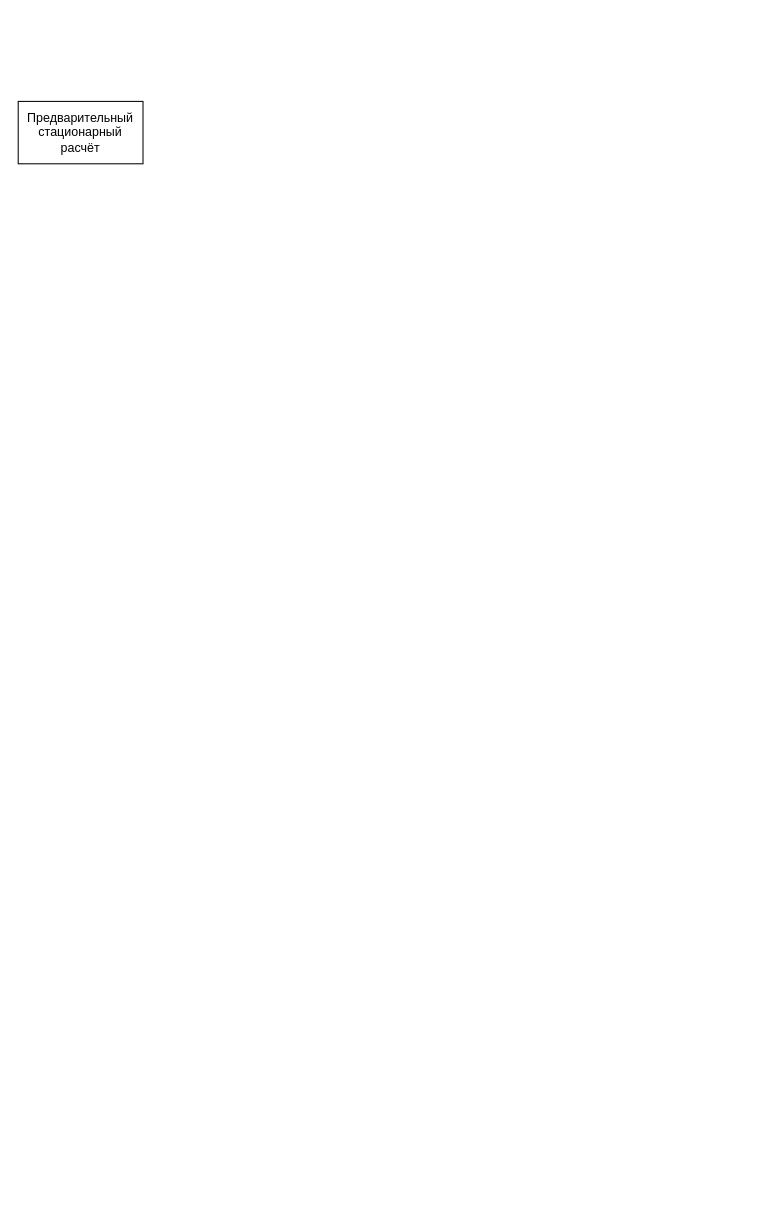
Before: Flow chart.drawio in babinkin/Unsteady-Flow-in-Tube-with-Obstacle, a draw.io diagram. Source tidied: cells renumbered, new cells numbered last; positions are measured from the earlier drawing's top-left corner, leaving out a move shared by most shapes. Both pictures are drawn from the tidied source at 104%, with x=0, y=0 at pixel (18, 101).
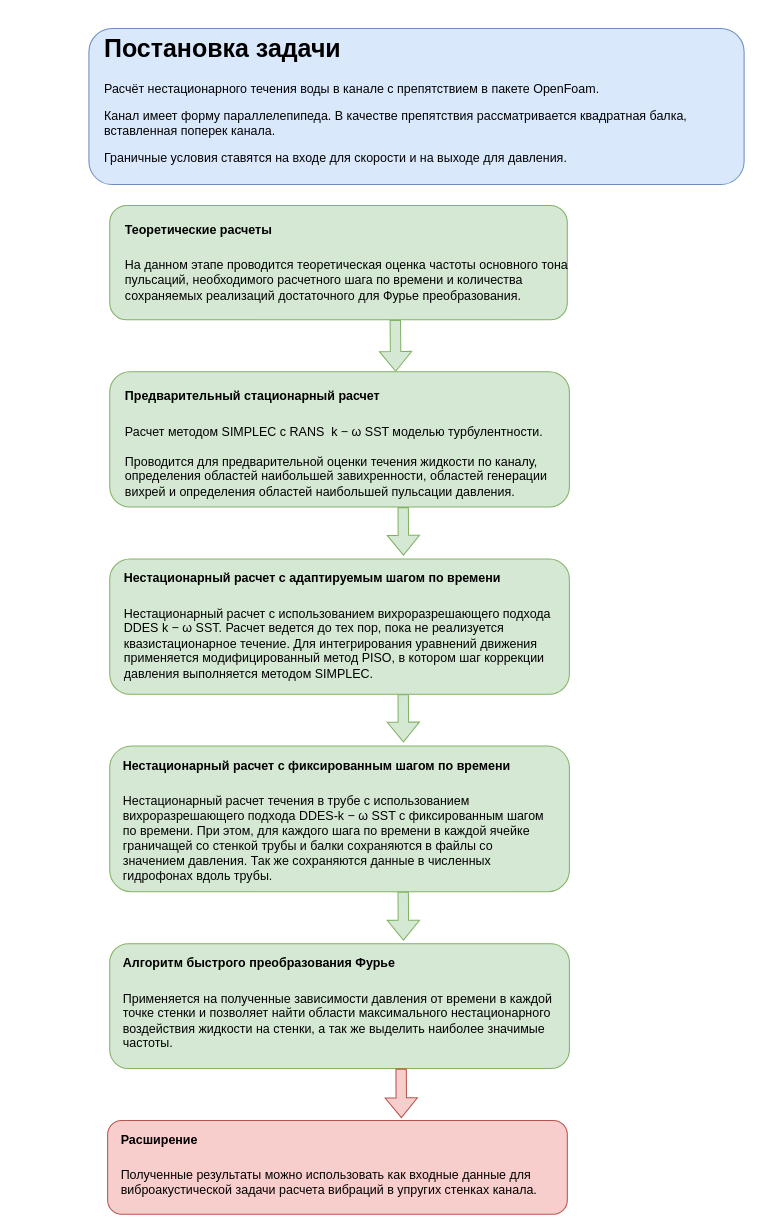
The same diagram, later.

What changed in the source:
```diff
@@
-    <mxCell id="2" value="Предварительный стационарный расчёт" style="rounded=0;whiteSpace=wrap;html=1;" parent="1" vertex="1">
-      <mxGeometry width="120" height="60" as="geometry" />
-    </mxCell>
+    <mxCell id="3" value="&lt;div&gt;&lt;br&gt;&lt;/div&gt;" style="rounded=1;whiteSpace=wrap;html=1;fillColor=#dae8fc;strokeColor=#6c8ebf;align=center;labelPosition=center;verticalLabelPosition=middle;verticalAlign=middle;" parent="1" vertex="1">
+      <mxGeometry x="68" y="-70" width="630" height="150" as="geometry" />
+    </mxCell>
+    <mxCell id="4" value="&lt;h1&gt;Постановка задачи&lt;/h1&gt;&lt;p&gt;Расчёт нестационарного течения воды в канале с препятствием в пакете OpenFoam.&lt;/p&gt;&lt;p&gt;Канал имеет форму&amp;nbsp;параллелепипеда. В качестве препятствия рассматривается квадратная балка, вставленная поперек канала.&lt;/p&gt;&lt;p&gt;Граничные условия ставятся на входе для скорости и на выходе для давления.&lt;/p&gt;&lt;p&gt;&lt;br&gt;&lt;/p&gt;" style="text;html=1;strokeColor=none;fillColor=none;spacing=5;spacingTop=-20;whiteSpace=wrap;overflow=hidden;rounded=0;" parent="1" vertex="1">
+      <mxGeometry x="78" y="-70" width="590" height="220" as="geometry" />
+    </mxCell>
+    <mxCell id="5" style="rounded=1;whiteSpace=wrap;html=1;fillColor=#d5e8d4;strokeColor=#82b366;" parent="1" vertex="1">
+      <mxGeometry x="88" y="100" width="440" height="110" as="geometry" />
+    </mxCell>
+    <mxCell id="6" value="&lt;h1&gt;&lt;span style=&quot;font-size: 12px&quot;&gt;Теоретические расчеты&lt;/span&gt;&lt;/h1&gt;&lt;p&gt;&lt;font style=&quot;font-size: 12px&quot;&gt;На данном этапе проводится т&lt;/font&gt;&lt;span&gt;еоретическая оценка частоты основного тона пульсаций, необхо&lt;/span&gt;&lt;span&gt;димого расчетного шага по времени и количества сохраняемых реализаций&lt;/span&gt;&lt;span&gt;&amp;nbsp;достаточного для Фурье преобразования.&lt;/span&gt;&lt;/p&gt;" style="text;html=1;strokeColor=none;fillColor=none;spacing=5;spacingTop=-20;whiteSpace=wrap;overflow=hidden;rounded=0;" parent="1" vertex="1">
+      <mxGeometry x="98" y="100" width="440" height="140" as="geometry" />
+    </mxCell>
+    <mxCell id="7" style="shape=flexArrow;endArrow=classic;html=1;rounded=0;fontSize=12;fillColor=#d5e8d4;strokeColor=#82b366;" parent="1" edge="1">
+      <mxGeometry relative="1" as="geometry">
+        <mxPoint x="362.6" y="210" as="sourcePoint" />
+        <mxPoint x="363" y="260" as="targetPoint" />
+      </mxGeometry>
+    </mxCell>
+    <mxCell id="8" style="rounded=1;whiteSpace=wrap;html=1;fontSize=12;fillColor=#d5e8d4;strokeColor=#82b366;" parent="1" vertex="1">
+      <mxGeometry x="88" y="260" width="442" height="130" as="geometry" />
+    </mxCell>
+    <mxCell id="9" value="&lt;h1&gt;&lt;span style=&quot;font-size: 12px&quot;&gt;Предварительный стационарный расчет&lt;/span&gt;&lt;/h1&gt;&lt;div&gt;Расчет методом SIMPLEС с RANS&amp;nbsp; k − ω SST моделью турбулентности.&amp;nbsp;&lt;/div&gt;&lt;div&gt;&lt;br&gt;&lt;/div&gt;&lt;div&gt;Проводится для предварительной оценки течения жидкости по каналу, определения областей наибольшей завихренности, областей генерации вихрей и определения областей наибольшей пульсации давления.&lt;/div&gt;" style="text;html=1;strokeColor=none;fillColor=none;spacing=5;spacingTop=-20;whiteSpace=wrap;overflow=hidden;rounded=0;" parent="1" vertex="1">
+      <mxGeometry x="98" y="260" width="422" height="140" as="geometry" />
+    </mxCell>
+    <mxCell id="10" style="rounded=1;whiteSpace=wrap;html=1;fontSize=12;fillColor=#d5e8d4;strokeColor=#82b366;" parent="1" vertex="1">
+      <mxGeometry x="88" y="440" width="442" height="130" as="geometry" />
+    </mxCell>
+    <mxCell id="11" style="shape=flexArrow;endArrow=classic;html=1;rounded=0;fontSize=12;exitX=0.645;exitY=0.929;exitDx=0;exitDy=0;exitPerimeter=0;entryX=0.639;entryY=-0.025;entryDx=0;entryDy=0;entryPerimeter=0;fillColor=#d5e8d4;strokeColor=#82b366;" parent="1" edge="1" source="9" target="10">
+      <mxGeometry relative="1" as="geometry" />
+    </mxCell>
+    <mxCell id="12" value="&lt;h1&gt;&lt;span style=&quot;font-size: 12px&quot;&gt;Нестационарный расчет с адаптируемым шагом по времени&lt;/span&gt;&lt;/h1&gt;&lt;div&gt;Нестационарный расчет с использованием вихроразрешающего подхода DDES k − ω SST. Расчет ведется до тех пор, пока не реализуется квазистационарное течение. Для интегрирования уравнений движения применяется модифицированный метод PISO, в котором шаг коррекции давления выполняется методом SIMPLEC.&lt;br&gt;&lt;/div&gt;" style="text;html=1;strokeColor=none;fillColor=none;spacing=5;spacingTop=-20;whiteSpace=wrap;overflow=hidden;rounded=0;" parent="1" vertex="1">
+      <mxGeometry x="97" y="435" width="423" height="140" as="geometry" />
+    </mxCell>
+    <mxCell id="13" style="rounded=1;whiteSpace=wrap;html=1;fontSize=12;fillColor=#d5e8d4;strokeColor=#82b366;" parent="1" vertex="1">
+      <mxGeometry x="88" y="619.9" width="442" height="140.1" as="geometry" />
+    </mxCell>
+    <mxCell id="14" style="shape=flexArrow;endArrow=classic;html=1;rounded=0;fontSize=12;exitX=0.645;exitY=0.929;exitDx=0;exitDy=0;exitPerimeter=0;entryX=0.639;entryY=-0.025;entryDx=0;entryDy=0;entryPerimeter=0;fillColor=#d5e8d4;strokeColor=#82b366;" parent="1" edge="1" target="13">
+      <mxGeometry relative="1" as="geometry">
+        <mxPoint x="370.2" y="570" as="sourcePoint" />
+      </mxGeometry>
+    </mxCell>
+    <mxCell id="15" value="&lt;h1&gt;&lt;span style=&quot;font-size: 12px&quot;&gt;Нестационарный расчет с фиксированным шагом по времени&lt;/span&gt;&lt;/h1&gt;&lt;div&gt;Нестационарный расчет течения в трубе с использованием вихроразрешающего подхода DDES-k − ω SST с фиксированным шагом по времени. При этом, для каждого шага по времени в каждой ячейке граничащей со стенкой трубы и балки сохраняются в файлы со значением давления. Так же сохраняются данные в численных гидрофонах вдоль трубы.&lt;br&gt;&lt;/div&gt;" style="text;html=1;strokeColor=none;fillColor=none;spacing=5;spacingTop=-20;whiteSpace=wrap;overflow=hidden;rounded=0;" parent="1" vertex="1">
+      <mxGeometry x="95.5" y="614.9" width="423" height="140" as="geometry" />
+    </mxCell>
+    <mxCell id="16" style="rounded=1;whiteSpace=wrap;html=1;fontSize=12;fillColor=#d5e8d4;strokeColor=#82b366;" parent="1" vertex="1">
+      <mxGeometry x="88" y="809.9" width="442" height="120.1" as="geometry" />
+    </mxCell>
+    <mxCell id="17" style="shape=flexArrow;endArrow=classic;html=1;rounded=0;fontSize=12;exitX=0.645;exitY=0.929;exitDx=0;exitDy=0;exitPerimeter=0;entryX=0.639;entryY=-0.025;entryDx=0;entryDy=0;entryPerimeter=0;fillColor=#d5e8d4;strokeColor=#82b366;" parent="1" edge="1" target="16">
+      <mxGeometry relative="1" as="geometry">
+        <mxPoint x="370.2" y="760" as="sourcePoint" />
+      </mxGeometry>
+    </mxCell>
+    <mxCell id="18" value="&lt;h1&gt;&lt;span style=&quot;font-size: 12px&quot;&gt;Алгоритм быстрого преобразования Фурье&lt;/span&gt;&lt;/h1&gt;&lt;div&gt;&lt;div&gt;Применяется на полученные зависимости давления от времени в каждой точке стенки и позволяет найти области максимального нестационарного воздействия жидкости на стенки, а так же выделить наиболее значимые частоты.&lt;/div&gt;&lt;/div&gt;&lt;div&gt;&lt;br&gt;&lt;/div&gt;" style="text;html=1;strokeColor=none;fillColor=none;spacing=5;spacingTop=-20;whiteSpace=wrap;overflow=hidden;rounded=0;" parent="1" vertex="1">
+      <mxGeometry x="95.5" y="804.9" width="423" height="140" as="geometry" />
+    </mxCell>
+    <mxCell id="19" style="rounded=1;whiteSpace=wrap;html=1;fontSize=12;fillColor=#f8cecc;strokeColor=#b85450;" parent="1" vertex="1">
+      <mxGeometry x="86" y="979.9" width="442" height="90.1" as="geometry" />
+    </mxCell>
+    <mxCell id="20" style="shape=flexArrow;endArrow=classic;html=1;rounded=0;fontSize=12;exitX=0.645;exitY=0.929;exitDx=0;exitDy=0;exitPerimeter=0;entryX=0.639;entryY=-0.025;entryDx=0;entryDy=0;entryPerimeter=0;fillColor=#f8cecc;strokeColor=#b85450;" parent="1" edge="1" target="19">
+      <mxGeometry relative="1" as="geometry">
+        <mxPoint x="368.2" y="930" as="sourcePoint" />
+      </mxGeometry>
+    </mxCell>
+    <mxCell id="21" value="&lt;h1&gt;&lt;span style=&quot;font-size: 12px&quot;&gt;Расширение&lt;/span&gt;&lt;/h1&gt;&lt;div&gt;&lt;div&gt;Полученные результаты можно использовать как входные данные для виброакустической задачи расчета вибраций в упругих стенках канала.&lt;/div&gt;&lt;/div&gt;&lt;div&gt;&lt;br&gt;&lt;/div&gt;" style="text;html=1;spacing=5;spacingTop=-20;whiteSpace=wrap;overflow=hidden;rounded=0;" parent="1" vertex="1">
+      <mxGeometry x="93.5" y="974.9" width="423" height="95.1" as="geometry" />
+    </mxCell>
```
